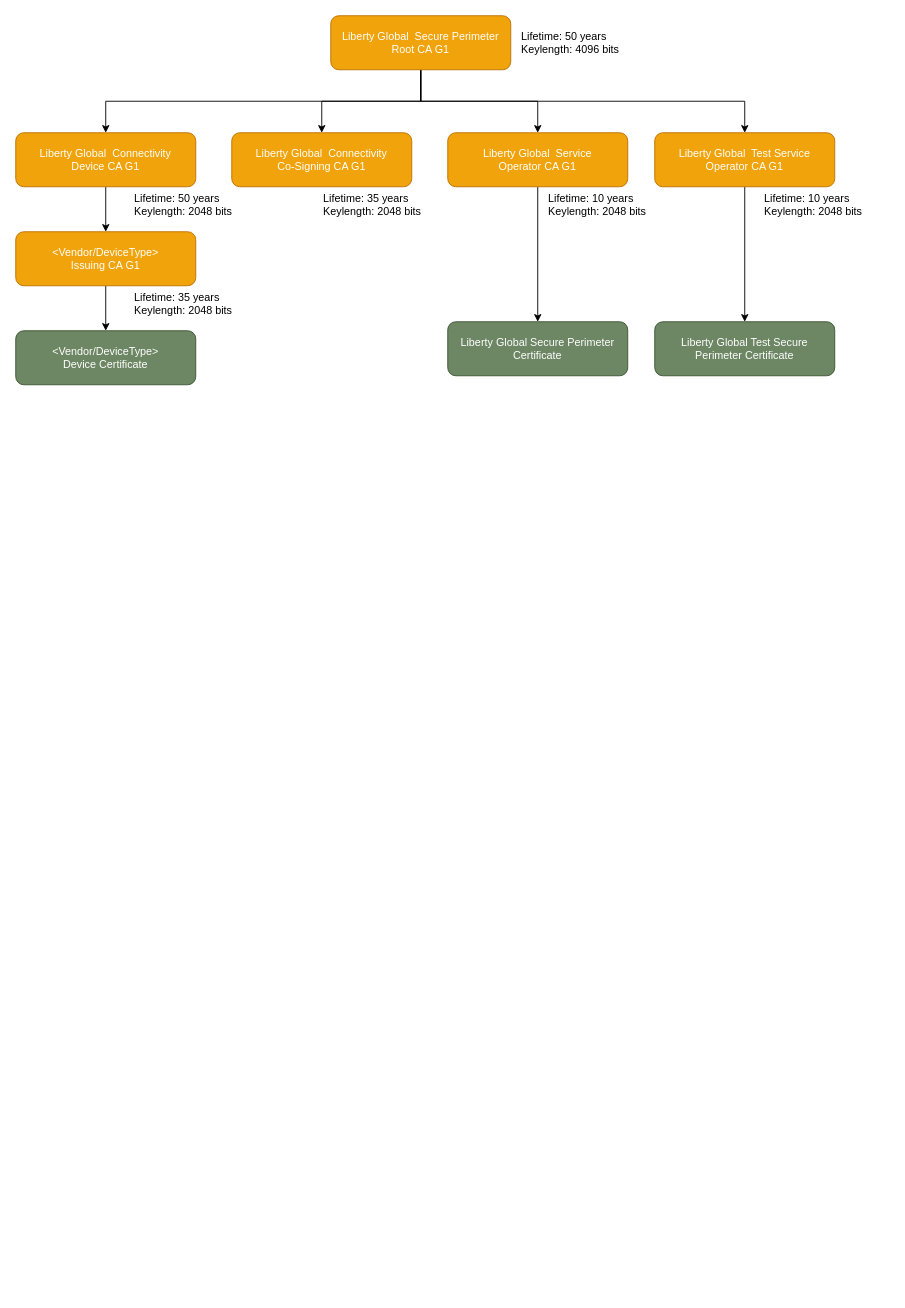
Above: page "Certificate" (16 of 16) of GW7557.drawio in nelsonchung/drawio (draw.io), before the change. Source tidied: cells renumbered, new cells numbered last; positions are measured from the earlier drawing's top-left corner, leaving out a move shared by most shapes. Both pictures are drawn from the tidied source at 90%, with x=0, y=0 at pixel (15, 15).
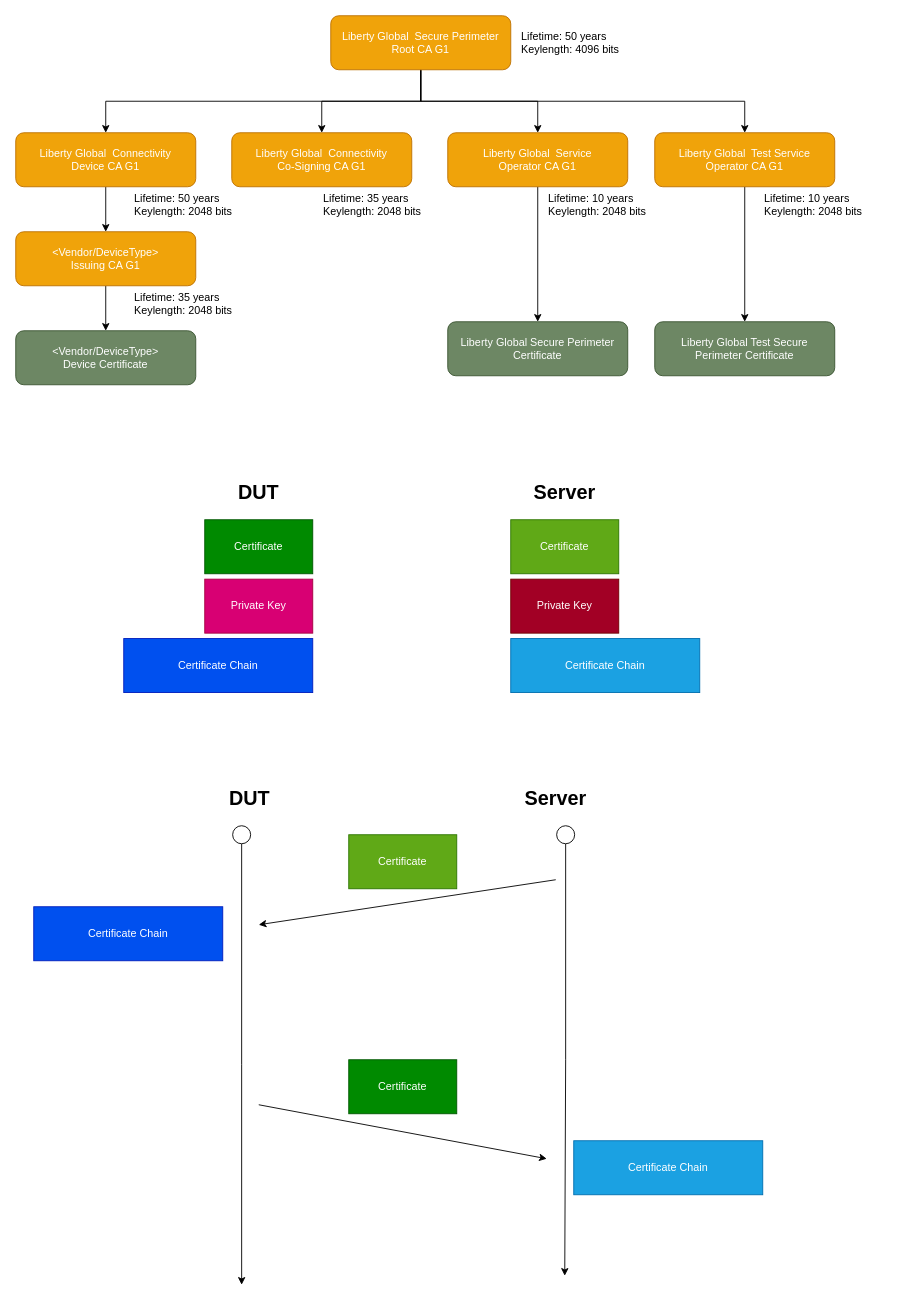
After the change.

The edit, as a diff of the source:
```diff
@@
+    <mxCell id="25" value="Certificate" style="rounded=0;whiteSpace=wrap;html=1;align=center;fillColor=#008a00;strokeColor=#005700;fontColor=#ffffff;" parent="1" vertex="1">
+      <mxGeometry x="210" y="560" width="120" height="60" as="geometry" />
+    </mxCell>
+    <mxCell id="26" value="Private Key" style="rounded=0;whiteSpace=wrap;html=1;align=center;fillColor=#d80073;strokeColor=#A50040;fontColor=#ffffff;" parent="1" vertex="1">
+      <mxGeometry x="210" y="626" width="120" height="60" as="geometry" />
+    </mxCell>
+    <mxCell id="27" value="Certificate Chain" style="rounded=0;whiteSpace=wrap;html=1;align=center;fillColor=#0050ef;strokeColor=#001DBC;fontColor=#ffffff;" parent="1" vertex="1">
+      <mxGeometry x="120" y="692" width="210" height="60" as="geometry" />
+    </mxCell>
+    <mxCell id="28" value="Certificate" style="rounded=0;whiteSpace=wrap;html=1;align=center;fillColor=#60a917;strokeColor=#2D7600;fontColor=#ffffff;" parent="1" vertex="1">
+      <mxGeometry x="550" y="560" width="120" height="60" as="geometry" />
+    </mxCell>
+    <mxCell id="29" value="Private Key" style="rounded=0;whiteSpace=wrap;html=1;align=center;fillColor=#a20025;strokeColor=#6F0000;fontColor=#ffffff;" parent="1" vertex="1">
+      <mxGeometry x="550" y="626" width="120" height="60" as="geometry" />
+    </mxCell>
+    <mxCell id="30" value="Certificate Chain" style="rounded=0;whiteSpace=wrap;html=1;align=center;fillColor=#1ba1e2;strokeColor=#006EAF;fontColor=#ffffff;" parent="1" vertex="1">
+      <mxGeometry x="550" y="692" width="210" height="60" as="geometry" />
+    </mxCell>
+    <mxCell id="31" value="DUT" style="text;html=1;strokeColor=none;fillColor=none;align=center;verticalAlign=middle;whiteSpace=wrap;rounded=0;fontSize=22;fontStyle=1;" parent="1" vertex="1">
+      <mxGeometry x="250" y="520" width="40" height="20" as="geometry" />
+    </mxCell>
+    <mxCell id="32" value="Server" style="text;html=1;strokeColor=none;fillColor=none;align=center;verticalAlign=middle;whiteSpace=wrap;rounded=0;fontSize=22;fontStyle=1;" parent="1" vertex="1">
+      <mxGeometry x="590" y="520" width="40" height="20" as="geometry" />
+    </mxCell>
+    <mxCell id="33" style="edgeStyle=orthogonalEdgeStyle;rounded=0;jettySize=auto;html=1;exitX=0.5;exitY=1;exitDx=0;exitDy=0;fontSize=22;" parent="1" edge="1" source="34">
+      <mxGeometry relative="1" as="geometry">
+        <mxPoint x="251" y="1410" as="targetPoint" />
+      </mxGeometry>
+    </mxCell>
+    <mxCell id="34" style="ellipse;whiteSpace=wrap;html=1;fontSize=22;align=left;" parent="1" vertex="1">
+      <mxGeometry x="241" y="900" width="20" height="20" as="geometry" />
+    </mxCell>
+    <mxCell id="35" style="edgeStyle=orthogonalEdgeStyle;rounded=0;jettySize=auto;html=1;exitX=0.5;exitY=1;exitDx=0;exitDy=0;fontSize=22;" parent="1" edge="1" source="36">
+      <mxGeometry relative="1" as="geometry">
+        <mxPoint x="610" y="1400" as="targetPoint" />
+      </mxGeometry>
+    </mxCell>
+    <mxCell id="36" style="ellipse;whiteSpace=wrap;html=1;fontSize=22;align=left;" parent="1" vertex="1">
+      <mxGeometry x="601" y="900" width="20" height="20" as="geometry" />
+    </mxCell>
+    <mxCell id="37" style="endArrow=none;html=1;fontSize=22;startArrow=classic;startFill=1;" parent="1" edge="1">
+      <mxGeometry relative="1" as="geometry">
+        <mxPoint x="270" y="1010" as="sourcePoint" />
+        <mxPoint x="600" y="960" as="targetPoint" />
+      </mxGeometry>
+    </mxCell>
+    <mxCell id="38" value="Certificate" style="rounded=0;whiteSpace=wrap;html=1;align=center;fillColor=#60a917;strokeColor=#2D7600;fontColor=#ffffff;" parent="1" vertex="1">
+      <mxGeometry x="370" y="910" width="120" height="60" as="geometry" />
+    </mxCell>
+    <mxCell id="39" value="Certificate Chain" style="rounded=0;whiteSpace=wrap;html=1;align=center;fillColor=#0050ef;strokeColor=#001DBC;fontColor=#ffffff;" parent="1" vertex="1">
+      <mxGeometry x="20" y="990" width="210" height="60" as="geometry" />
+    </mxCell>
+    <mxCell id="40" style="endArrow=none;html=1;fontSize=22;startArrow=classic;startFill=1;" parent="1" edge="1">
+      <mxGeometry relative="1" as="geometry">
+        <mxPoint x="590" y="1270" as="sourcePoint" />
+        <mxPoint x="270" y="1210" as="targetPoint" />
+      </mxGeometry>
+    </mxCell>
+    <mxCell id="41" value="Certificate" style="rounded=0;whiteSpace=wrap;html=1;align=center;fillColor=#008a00;strokeColor=#005700;fontColor=#ffffff;" parent="1" vertex="1">
+      <mxGeometry x="370" y="1160" width="120" height="60" as="geometry" />
+    </mxCell>
+    <mxCell id="42" value="Certificate Chain" style="rounded=0;whiteSpace=wrap;html=1;align=center;fillColor=#1ba1e2;strokeColor=#006EAF;fontColor=#ffffff;" parent="1" vertex="1">
+      <mxGeometry x="620" y="1250" width="210" height="60" as="geometry" />
+    </mxCell>
+    <mxCell id="43" value="DUT" style="text;html=1;strokeColor=none;fillColor=none;align=center;verticalAlign=middle;whiteSpace=wrap;rounded=0;fontSize=22;fontStyle=1;" parent="1" vertex="1">
+      <mxGeometry x="240" y="860" width="40" height="20" as="geometry" />
+    </mxCell>
+    <mxCell id="44" value="Server" style="text;html=1;strokeColor=none;fillColor=none;align=center;verticalAlign=middle;whiteSpace=wrap;rounded=0;fontSize=22;fontStyle=1;" parent="1" vertex="1">
+      <mxGeometry x="580" y="860" width="40" height="20" as="geometry" />
+    </mxCell>
```
